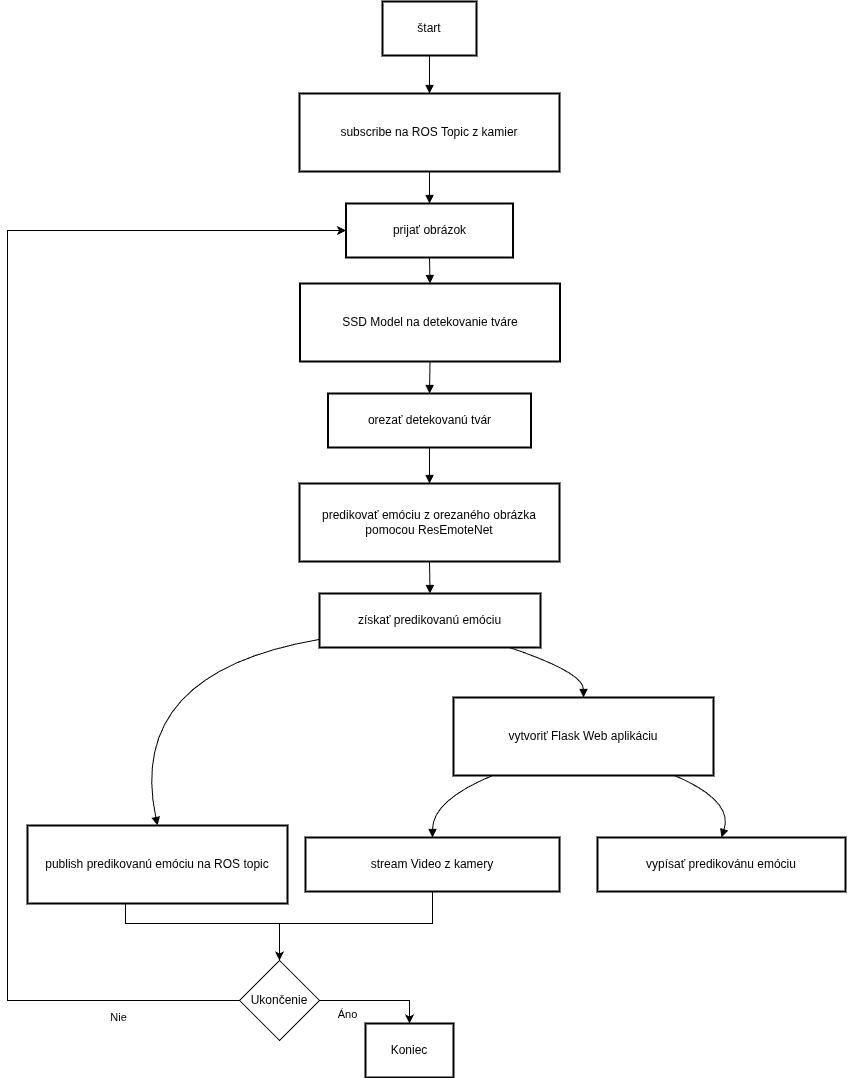
This is img/predikovanie_diagram.png from KocurMaros/MasterThesis, a draw.io export, as it was before one commit. Source tidied: cells renumbered, new cells last; positions are measured from the earlier drawing's top-left corner, leaving out a move shared by most shapes.
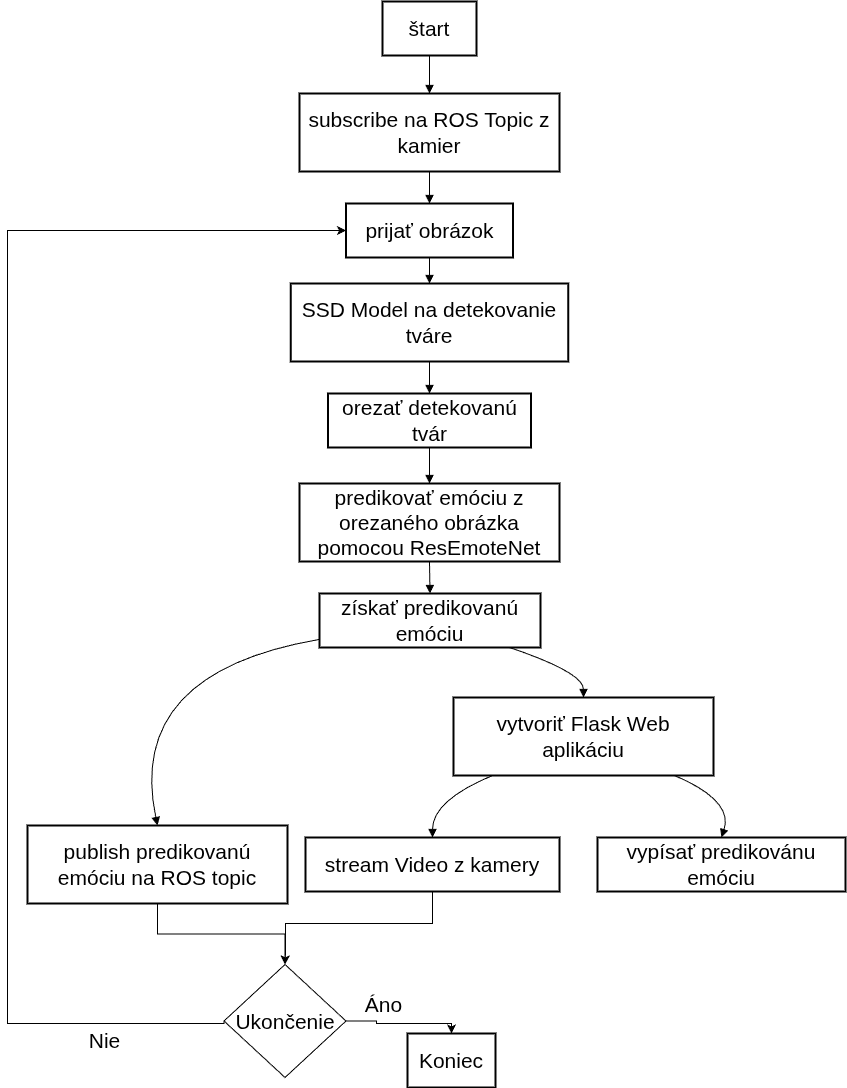
After the commit.

The edit, as a diff of the source:
```diff
@@ -2,57 +2,54 @@
   <root>
     <mxCell id="0" />
     <mxCell id="1" parent="0" />
-    <mxCell id="2" value="štart" style="whiteSpace=wrap;strokeWidth=2;" parent="1" vertex="1">
+    <mxCell id="2" value="štart" style="whiteSpace=wrap;strokeWidth=2;fontSize=21;" parent="1" vertex="1">
       <mxGeometry x="375" width="94" height="54" as="geometry" />
     </mxCell>
-    <mxCell id="3" value="subscribe na ROS Topic z kamier" style="whiteSpace=wrap;strokeWidth=2;" parent="1" vertex="1">
+    <mxCell id="3" value="subscribe na ROS Topic z kamier" style="whiteSpace=wrap;strokeWidth=2;fontSize=21;" parent="1" vertex="1">
       <mxGeometry x="292" y="92" width="260" height="78" as="geometry" />
     </mxCell>
-    <mxCell id="4" value="prijať obrázok" style="whiteSpace=wrap;strokeWidth=2;" parent="1" vertex="1">
+    <mxCell id="4" value="prijať obrázok" style="whiteSpace=wrap;strokeWidth=2;fontSize=21;" parent="1" vertex="1">
       <mxGeometry x="338.5" y="202" width="167" height="54" as="geometry" />
     </mxCell>
-    <mxCell id="5" value="SSD Model na detekovanie tváre" style="whiteSpace=wrap;strokeWidth=2;" parent="1" vertex="1">
-      <mxGeometry x="292.5" y="282" width="260" height="78" as="geometry" />
+    <mxCell id="5" value="SSD Model na detekovanie tváre" style="whiteSpace=wrap;strokeWidth=2;fontSize=21;" parent="1" vertex="1">
+      <mxGeometry x="283.2" y="282" width="277.5" height="78" as="geometry" />
     </mxCell>
-    <mxCell id="6" value="orezať detekovanú tvár" style="whiteSpace=wrap;strokeWidth=2;" parent="1" vertex="1">
+    <mxCell id="6" value="orezať detekovanú tvár" style="whiteSpace=wrap;strokeWidth=2;fontSize=21;" parent="1" vertex="1">
       <mxGeometry x="320.5" y="392" width="203" height="54" as="geometry" />
     </mxCell>
-    <mxCell id="7" value="predikovať emóciu z orezaného obrázka pomocou ResEmoteNet" style="whiteSpace=wrap;strokeWidth=2;" parent="1" vertex="1">
+    <mxCell id="7" value="predikovať emóciu z orezaného obrázka pomocou ResEmoteNet" style="whiteSpace=wrap;strokeWidth=2;fontSize=21;" parent="1" vertex="1">
       <mxGeometry x="292" y="482" width="260" height="78" as="geometry" />
     </mxCell>
-    <mxCell id="8" value="získať predikovanú emóciu" style="whiteSpace=wrap;strokeWidth=2;" parent="1" vertex="1">
+    <mxCell id="8" value="získať predikovanú emóciu" style="whiteSpace=wrap;strokeWidth=2;fontSize=21;" parent="1" vertex="1">
       <mxGeometry x="312" y="592" width="221" height="54" as="geometry" />
     </mxCell>
-    <mxCell id="9" style="edgeStyle=orthogonalEdgeStyle;rounded=0;jettySize=auto;html=1;entryX=0.5;entryY=0;entryDx=0;entryDy=0;" parent="1" edge="1" source="10" target="30">
-      <mxGeometry relative="1" as="geometry">
-        <Array as="points">
-          <mxPoint x="118" y="922" />
-          <mxPoint x="272" y="922" />
-        </Array>
-      </mxGeometry>
+    <mxCell id="9" style="edgeStyle=orthogonalEdgeStyle;rounded=0;jettySize=auto;html=1;exitX=0.5;exitY=1;exitDx=0;exitDy=0;entryX=0.5;entryY=0;entryDx=0;entryDy=0;" parent="1" edge="1" source="10" target="30">
+      <mxGeometry relative="1" as="geometry" />
     </mxCell>
-    <mxCell id="10" value="publish predikovanú emóciu na ROS topic" style="whiteSpace=wrap;strokeWidth=2;" parent="1" vertex="1">
+    <mxCell id="10" value="publish predikovanú emóciu na ROS topic" style="whiteSpace=wrap;strokeWidth=2;fontSize=21;" parent="1" vertex="1">
       <mxGeometry x="20" y="824" width="260" height="78" as="geometry" />
     </mxCell>
-    <mxCell id="11" value="vytvoriť Flask Web aplikáciu" style="whiteSpace=wrap;strokeWidth=2;" parent="1" vertex="1">
+    <mxCell id="11" value="vytvoriť Flask Web aplikáciu" style="whiteSpace=wrap;strokeWidth=2;fontSize=21;" parent="1" vertex="1">
       <mxGeometry x="446" y="696" width="260" height="78" as="geometry" />
     </mxCell>
     <mxCell id="12" style="edgeStyle=orthogonalEdgeStyle;rounded=0;jettySize=auto;html=1;exitX=0.5;exitY=1;exitDx=0;exitDy=0;entryX=0.5;entryY=0;entryDx=0;entryDy=0;" parent="1" edge="1" source="13" target="30">
       <mxGeometry relative="1" as="geometry">
         <Array as="points">
           <mxPoint x="425" y="922" />
-          <mxPoint x="272" y="922" />
+          <mxPoint x="278" y="922" />
+          <mxPoint x="278" y="952" />
+          <mxPoint x="278" y="952" />
         </Array>
       </mxGeometry>
     </mxCell>
-    <mxCell id="13" value="stream Video z kamery" style="whiteSpace=wrap;strokeWidth=2;" parent="1" vertex="1">
+    <mxCell id="13" value="stream Video z kamery" style="whiteSpace=wrap;strokeWidth=2;fontSize=21;" parent="1" vertex="1">
       <mxGeometry x="298" y="836" width="254" height="54" as="geometry" />
     </mxCell>
-    <mxCell id="14" value="vypísať predikovánu emóciu" style="whiteSpace=wrap;strokeWidth=2;" parent="1" vertex="1">
+    <mxCell id="14" value="vypísať predikovánu emóciu" style="whiteSpace=wrap;strokeWidth=2;fontSize=21;" parent="1" vertex="1">
       <mxGeometry x="590" y="836" width="248" height="54" as="geometry" />
     </mxCell>
-    <mxCell id="15" value="Koniec" style="whiteSpace=wrap;strokeWidth=2;" parent="1" vertex="1">
-      <mxGeometry x="358" y="1022" width="88" height="54" as="geometry" />
+    <mxCell id="15" value="Koniec" style="whiteSpace=wrap;strokeWidth=2;fontSize=21;" parent="1" vertex="1">
+      <mxGeometry x="400" y="1032" width="88" height="54" as="geometry" />
     </mxCell>
     <mxCell id="16" style="curved=1;startArrow=none;endArrow=block;exitX=0.5;exitY=1;entryX=0.5;entryY=0;" parent="1" edge="1" source="2" target="3">
       <mxGeometry relative="1" as="geometry" />
@@ -101,28 +98,35 @@
       </mxGeometry>
     </mxCell>
     <mxCell id="26" style="edgeStyle=orthogonalEdgeStyle;rounded=0;jettySize=auto;html=1;exitX=1;exitY=0.5;exitDx=0;exitDy=0;entryX=0.5;entryY=0;entryDx=0;entryDy=0;" parent="1" edge="1" source="30" target="15">
-      <mxGeometry relative="1" as="geometry" />
+      <mxGeometry relative="1" as="geometry">
+        <Array as="points">
+          <mxPoint x="369" y="1020" />
+          <mxPoint x="369" y="1022" />
+          <mxPoint x="444" y="1022" />
+        </Array>
+      </mxGeometry>
     </mxCell>
-    <mxCell id="27" value="Áno" style="edgeLabel;html=1;align=center;verticalAlign=middle;" parent="26" vertex="1">
+    <mxCell id="27" value="&lt;font style=&quot;font-size: 21px;&quot;&gt;Áno&lt;/font&gt;" style="edgeLabel;html=1;align=center;verticalAlign=middle;" parent="26" vertex="1">
       <mxGeometry x="0.15" y="-1" relative="1" as="geometry">
-        <mxPoint x="-38" y="12" as="offset" />
+        <mxPoint x="-29" y="-21" as="offset" />
       </mxGeometry>
     </mxCell>
     <mxCell id="28" style="edgeStyle=orthogonalEdgeStyle;rounded=0;jettySize=auto;html=1;exitX=0;exitY=0.5;exitDx=0;exitDy=0;entryX=0;entryY=0.5;entryDx=0;entryDy=0;" parent="1" edge="1" source="30" target="4">
       <mxGeometry relative="1" as="geometry">
         <Array as="points">
-          <mxPoint y="999" />
+          <mxPoint x="217" y="1022" />
+          <mxPoint y="1022" />
           <mxPoint y="229" />
         </Array>
       </mxGeometry>
     </mxCell>
-    <mxCell id="29" value="Nie&lt;div&gt;&lt;br&gt;&lt;/div&gt;" style="edgeLabel;html=1;align=center;verticalAlign=middle;" parent="28" vertex="1">
+    <mxCell id="29" value="&lt;font style=&quot;font-size: 21px;&quot;&gt;Nie&lt;/font&gt;&lt;div&gt;&lt;br&gt;&lt;/div&gt;" style="edgeLabel;html=1;align=center;verticalAlign=middle;" parent="28" vertex="1">
       <mxGeometry x="-0.87" y="2" relative="1" as="geometry">
         <mxPoint x="-36" y="21" as="offset" />
       </mxGeometry>
     </mxCell>
-    <mxCell id="30" value="Ukončenie" style="rhombus;whiteSpace=wrap;html=1;" parent="1" vertex="1">
-      <mxGeometry x="232" y="959" width="80" height="80" as="geometry" />
+    <mxCell id="30" value="&lt;font style=&quot;font-size: 21px;&quot;&gt;Ukončenie&lt;/font&gt;" style="rhombus;whiteSpace=wrap;html=1;" parent="1" vertex="1">
+      <mxGeometry x="216.5" y="963" width="122" height="113" as="geometry" />
     </mxCell>
   </root>
 </mxGraphModel>
```
